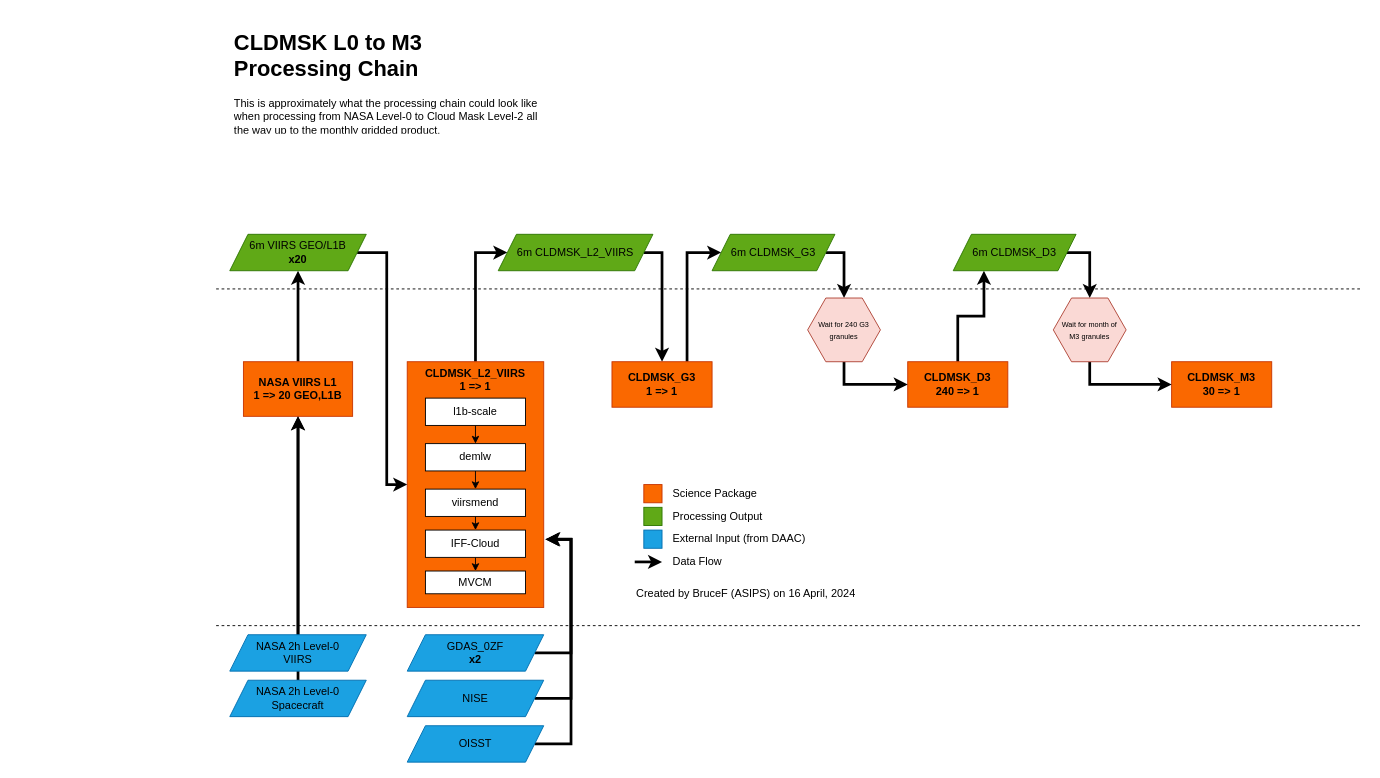
Above: doc/CLDMSK_L0_to_M3_chain.drawio in zdgriffith/mdps-prototype (draw.io), before the change. Source tidied: cells renumbered, new cells numbered last; positions are measured from the earlier drawing's top-left corner, leaving out a move shared by most shapes. Both pictures are drawn from the tidied source at 91%, with x=0, y=0 at pixel (216, 25).
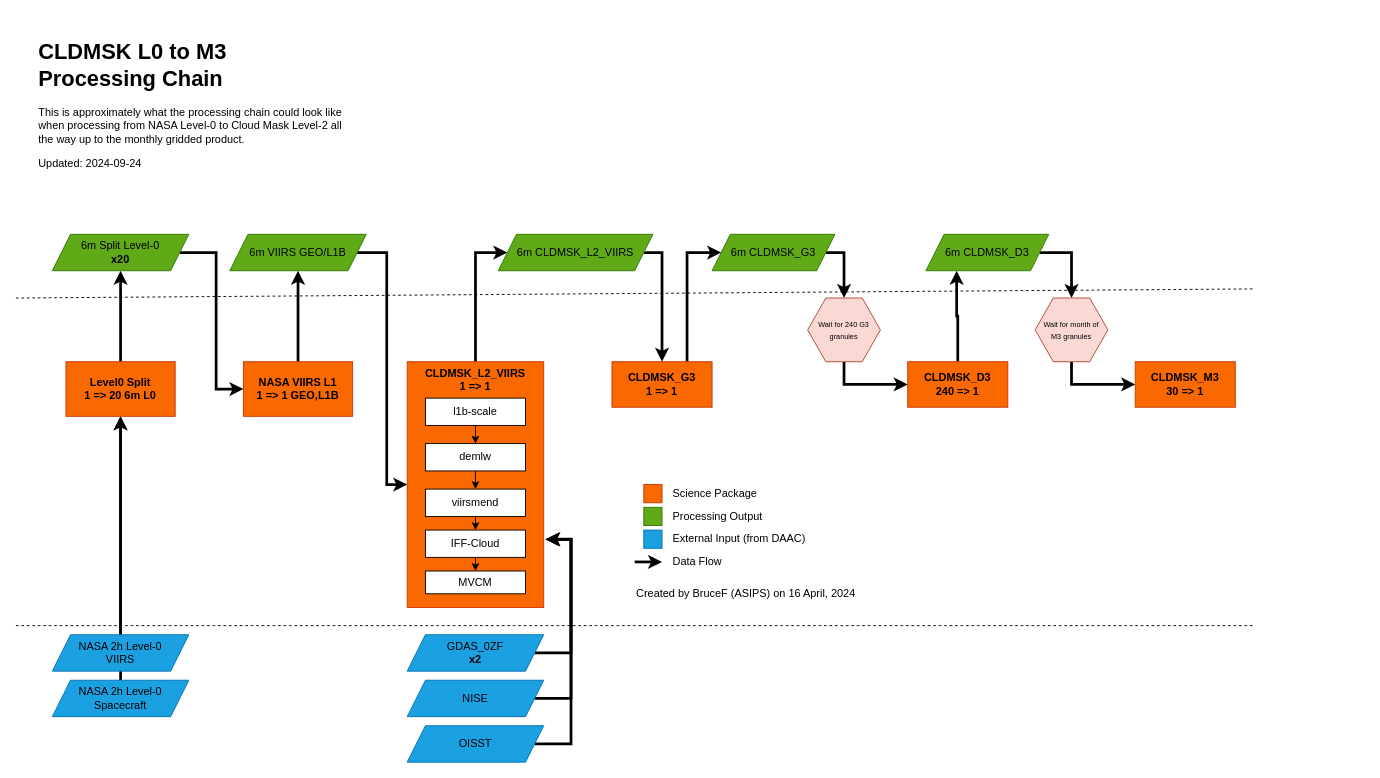
Above is the later version.

Commit message (it also covers changes not shown here):
update worflow diagram

Change to the diagram source:
```diff
@@
-    <mxCell id="4" style="edgeStyle=orthogonalEdgeStyle;rounded=0;jettySize=auto;html=1;exitX=0.5;exitY=0;exitDx=0;exitDy=0;strokeWidth=3;" parent="1" edge="1" source="11">
-      <mxGeometry relative="1" as="geometry">
-        <mxPoint x="90" y="430" as="targetPoint" />
-      </mxGeometry>
+    <mxCell id="4" style="edgeStyle=orthogonalEdgeStyle;rounded=0;jettySize=auto;html=1;exitX=0.5;exitY=0;exitDx=0;exitDy=0;strokeWidth=3;entryX=0.5;entryY=1;entryDx=0;entryDy=0;" parent="1" edge="1" source="11" target="56">
+      <mxGeometry relative="1" as="geometry" />
     </mxCell>
@@
-    <mxCell id="6" value="&lt;b&gt;NASA VIIRS L1&lt;br&gt;1 =&amp;gt; 20 GEO,L1B&lt;br&gt;&lt;/b&gt;" style="rounded=0;whiteSpace=wrap;html=1;fillColor=#fa6800;fontColor=#000000;strokeColor=#C73500;" parent="1" vertex="1">
+    <mxCell id="6" value="&lt;b&gt;NASA VIIRS L1&lt;br&gt;1 =&amp;gt; 1 GEO,L1B&lt;br&gt;&lt;/b&gt;" style="rounded=0;whiteSpace=wrap;html=1;fillColor=#fa6800;fontColor=#000000;strokeColor=#C73500;" parent="1" vertex="1">
       <mxGeometry x="30" y="370" width="120" height="60" as="geometry" />
     </mxCell>
@@
-    <mxCell id="9" style="edgeStyle=orthogonalEdgeStyle;rounded=0;jettySize=auto;html=1;exitX=0.5;exitY=0;exitDx=0;exitDy=0;entryX=0.5;entryY=1;entryDx=0;entryDy=0;strokeWidth=3;" parent="1" edge="1" source="10" target="6">
+    <mxCell id="9" style="edgeStyle=orthogonalEdgeStyle;rounded=0;jettySize=auto;html=1;exitX=0.5;exitY=0;exitDx=0;exitDy=0;entryX=0.5;entryY=1;entryDx=0;entryDy=0;strokeWidth=3;" parent="1" edge="1" source="10" target="56">
       <mxGeometry relative="1" as="geometry" />
     </mxCell>
     <mxCell id="10" value="NASA 2h Level-0&lt;br&gt;VIIRS" style="shape=parallelogram;perimeter=parallelogramPerimeter;whiteSpace=wrap;html=1;fixedSize=1;fillColor=#1ba1e2;fontColor=#000000;strokeColor=#006EAF;" parent="1" vertex="1">
-      <mxGeometry x="15" y="670" width="150" height="40" as="geometry" />
+      <mxGeometry x="-180" y="670" width="150" height="40" as="geometry" />
     </mxCell>
     <mxCell id="11" value="NASA 2h Level-0&lt;br&gt;Spacecraft" style="shape=parallelogram;perimeter=parallelogramPerimeter;whiteSpace=wrap;html=1;fixedSize=1;fillColor=#1ba1e2;fontColor=#000000;strokeColor=#006EAF;" parent="1" vertex="1">
-      <mxGeometry x="15" y="720" width="150" height="40" as="geometry" />
+      <mxGeometry x="-180" y="720" width="150" height="40" as="geometry" />
     </mxCell>
@@
-    <mxCell id="13" value="6m VIIRS GEO/L1B&lt;br&gt;&lt;b&gt;x20&lt;/b&gt;" style="shape=parallelogram;perimeter=parallelogramPerimeter;whiteSpace=wrap;html=1;fixedSize=1;fillColor=#60a917;fontColor=#000000;strokeColor=#2D7600;labelBackgroundColor=none;" parent="1" vertex="1">
+    <mxCell id="13" value="6m VIIRS GEO/L1B" style="shape=parallelogram;perimeter=parallelogramPerimeter;whiteSpace=wrap;html=1;fixedSize=1;fillColor=#60a917;fontColor=#000000;strokeColor=#2D7600;labelBackgroundColor=none;" parent="1" vertex="1">
       <mxGeometry x="15" y="230" width="150" height="40" as="geometry" />
     </mxCell>
@@
     <mxCell id="26" style="edgeStyle=orthogonalEdgeStyle;rounded=0;jettySize=auto;html=1;exitX=1;exitY=0.5;exitDx=0;exitDy=0;entryX=0.5;entryY=0;entryDx=0;entryDy=0;strokeWidth=3;" parent="1" edge="1" source="27" target="32">
       <mxGeometry relative="1" as="geometry">
         <Array as="points">
-          <mxPoint x="960" y="250" />
+          <mxPoint x="940" y="250" />
         </Array>
       </mxGeometry>
     </mxCell>
     <mxCell id="27" value="6m CLDMSK_D3" style="shape=parallelogram;perimeter=parallelogramPerimeter;whiteSpace=wrap;html=1;fixedSize=1;fillColor=#60a917;fontColor=#000000;strokeColor=#2D7600;" parent="1" vertex="1">
-      <mxGeometry x="810" y="230" width="135" height="40" as="geometry" />
+      <mxGeometry x="780" y="230" width="135" height="40" as="geometry" />
     </mxCell>
     <mxCell id="28" value="&lt;b&gt;CLDMSK_M3&lt;br&gt;30 =&amp;gt; 1&lt;br&gt;&lt;/b&gt;" style="rounded=0;whiteSpace=wrap;html=1;fillColor=#fa6800;fontColor=#000000;strokeColor=#C73500;" parent="1" vertex="1">
-      <mxGeometry x="1050" y="370" width="110" height="50" as="geometry" />
+      <mxGeometry x="1010" y="370" width="110" height="50" as="geometry" />
     </mxCell>
@@
     <mxCell id="32" value="&lt;p style=&quot;line-height: 100%;&quot;&gt;&lt;font style=&quot;font-size: 8px;&quot;&gt;Wait for month of M&lt;/font&gt;&lt;span style=&quot;font-size: 8px; background-color: initial;&quot;&gt;3 granules&lt;/span&gt;&lt;/p&gt;" style="shape=hexagon;perimeter=hexagonPerimeter2;whiteSpace=wrap;html=1;fixedSize=1;fillColor=#fad9d5;strokeColor=#ae4132;spacingLeft=5;spacingRight=5;" parent="1" vertex="1">
-      <mxGeometry x="920" y="300" width="80" height="70" as="geometry" />
+      <mxGeometry x="900" y="300" width="80" height="70" as="geometry" />
     </mxCell>
@@
     <mxCell id="47" style="endArrow=none;dashed=1;html=1;rounded=0;" parent="1" edge="1">
       <mxGeometry relative="1" as="geometry">
-        <mxPoint y="290" as="sourcePoint" />
-        <mxPoint x="1260" y="290" as="targetPoint" />
+        <mxPoint x="-220" y="300" as="sourcePoint" />
+        <mxPoint x="1140" y="290" as="targetPoint" />
       </mxGeometry>
     </mxCell>
     <mxCell id="48" style="endArrow=none;dashed=1;html=1;rounded=0;" parent="1" edge="1">
       <mxGeometry relative="1" as="geometry">
-        <mxPoint y="660" as="sourcePoint" />
-        <mxPoint x="1260" y="660" as="targetPoint" />
+        <mxPoint x="-220" y="660" as="sourcePoint" />
+        <mxPoint x="1140" y="660" as="targetPoint" />
       </mxGeometry>
     </mxCell>
@@
-    <mxCell id="53" value="&lt;h1&gt;CLDMSK L0 to M3 Processing Chain&lt;/h1&gt;&lt;p&gt;This is approximately what the processing chain could look like when processing from NASA Level-0 to Cloud Mask Level-2 all the way up to the monthly gridded product.&lt;/p&gt;&lt;p&gt;&lt;span style=&quot;background-color: initial;&quot;&gt;&amp;nbsp;&lt;/span&gt;&lt;/p&gt;" style="text;html=1;strokeColor=none;fillColor=none;spacing=5;spacingTop=-20;whiteSpace=wrap;overflow=hidden;rounded=0;" parent="1" vertex="1">
-      <mxGeometry x="15" width="345" height="120" as="geometry" />
+    <mxCell id="53" value="&lt;h1&gt;CLDMSK L0 to M3 Processing Chain&lt;/h1&gt;&lt;p&gt;This is approximately what the processing chain could look like when processing from NASA Level-0 to Cloud Mask Level-2 all the way up to the monthly gridded product.&lt;/p&gt;&lt;p&gt;Updated: 2024-09-24&lt;/p&gt;&lt;p&gt;&lt;span style=&quot;background-color: initial;&quot;&gt;&amp;nbsp;&lt;/span&gt;&lt;/p&gt;" style="text;html=1;strokeColor=none;fillColor=none;spacing=5;spacingTop=-20;whiteSpace=wrap;overflow=hidden;rounded=0;" parent="1" vertex="1">
+      <mxGeometry x="-200" y="10" width="345" height="190" as="geometry" />
     </mxCell>
@@
+    <mxCell id="55" style="edgeStyle=orthogonalEdgeStyle;rounded=0;jettySize=auto;html=1;exitX=0.5;exitY=0;exitDx=0;exitDy=0;entryX=0.5;entryY=1;entryDx=0;entryDy=0;strokeWidth=3;" parent="1" edge="1" source="56" target="58">
+      <mxGeometry relative="1" as="geometry" />
+    </mxCell>
+    <mxCell id="56" value="&lt;b&gt;Level0 Split&lt;br&gt;1 =&amp;gt; 20 6m L0&lt;br&gt;&lt;/b&gt;" style="rounded=0;whiteSpace=wrap;html=1;fillColor=#fa6800;fontColor=#000000;strokeColor=#C73500;" parent="1" vertex="1">
+      <mxGeometry x="-165" y="370" width="120" height="60" as="geometry" />
+    </mxCell>
+    <mxCell id="57" style="edgeStyle=orthogonalEdgeStyle;rounded=0;jettySize=auto;html=1;exitX=1;exitY=0.5;exitDx=0;exitDy=0;entryX=0;entryY=0.5;entryDx=0;entryDy=0;strokeWidth=3;" parent="1" edge="1" source="58" target="6">
+      <mxGeometry relative="1" as="geometry" />
+    </mxCell>
+    <mxCell id="58" value="6m Split Level-0&lt;br&gt;&lt;b&gt;x20&lt;/b&gt;" style="shape=parallelogram;perimeter=parallelogramPerimeter;whiteSpace=wrap;html=1;fixedSize=1;fillColor=#60a917;fontColor=#000000;strokeColor=#2D7600;labelBackgroundColor=none;" parent="1" vertex="1">
+      <mxGeometry x="-180" y="230" width="150" height="40" as="geometry" />
+    </mxCell>
```
